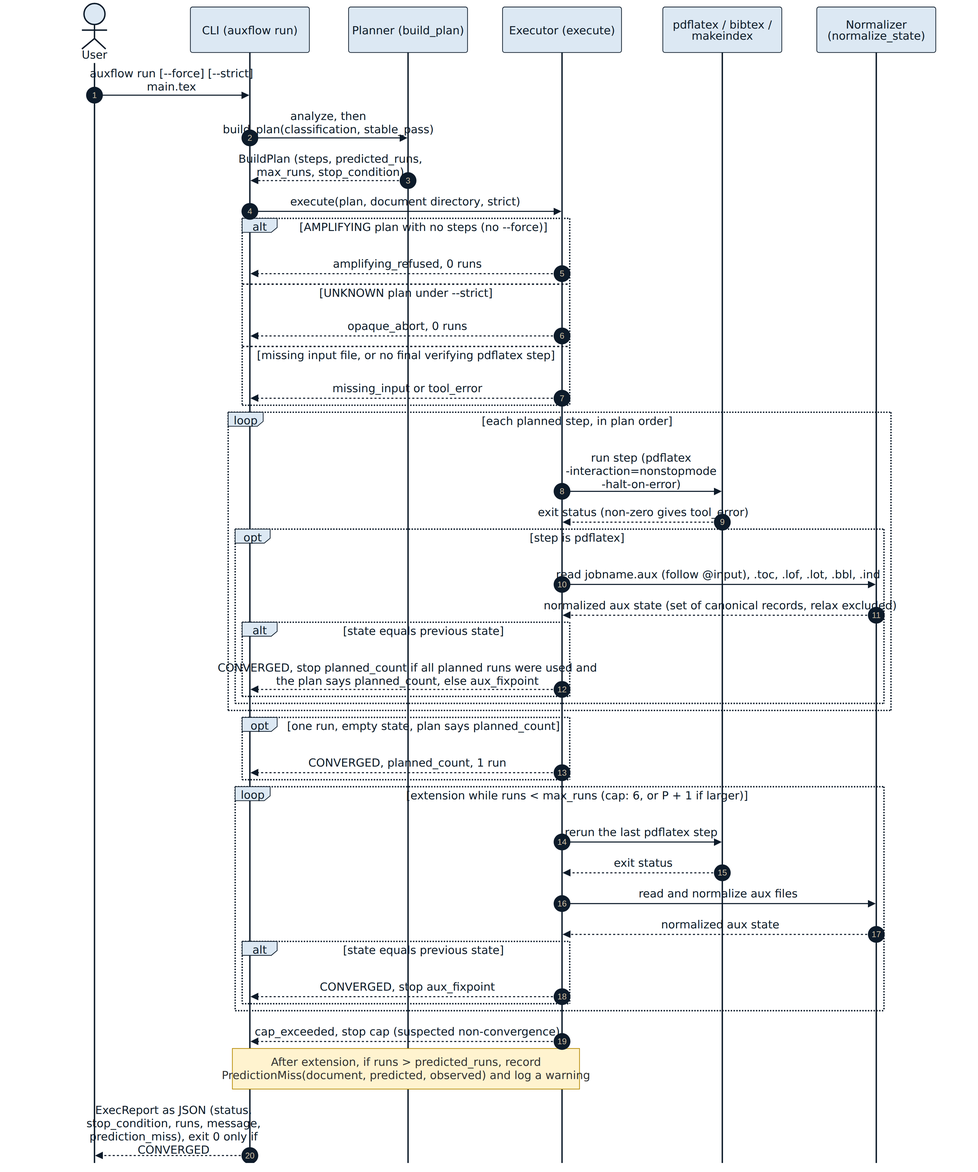
Above: docs/figures/runtime-sequence.png in upayanmazumder/auxflow (Mermaid), before the change. Its source is kept beside it as docs/figures/src/runtime-sequence.mmd. Its diagram source:
```mermaid
sequenceDiagram
    autonumber
    actor U as User
    participant C as CLI (auxflow run)
    participant P as Planner (build_plan)
    participant X as Executor (execute)
    participant T as pdflatex / bibtex / makeindex
    participant N as Normalizer (normalize_state)

    U->>C: auxflow run [--force] [--strict] main.tex
    C->>P: analyze, then build_plan(classification, stable_pass)
    P-->>C: BuildPlan (steps, predicted_runs, max_runs, stop_condition)
    C->>X: execute(plan, document directory, strict)

    alt AMPLIFYING plan with no steps (no --force)
        X-->>C: amplifying_refused, 0 runs
    else UNKNOWN plan under --strict
        X-->>C: opaque_abort, 0 runs
    else missing input file, or no final verifying pdflatex step
        X-->>C: missing_input or tool_error
    end

    loop each planned step, in plan order
        X->>T: run step (pdflatex -interaction=nonstopmode -halt-on-error)
        T-->>X: exit status (non-zero gives tool_error)
        opt step is pdflatex
            X->>N: read jobname.aux (follow @input), .toc, .lof, .lot, .bbl, .ind
            N-->>X: normalized aux state (set of canonical records, relax excluded)
            alt state equals previous state
                X-->>C: CONVERGED, stop planned_count if all planned runs were used and the plan says planned_count, else aux_fixpoint
            end
        end
    end

    opt one run, empty state, plan says planned_count
        X-->>C: CONVERGED, planned_count, 1 run
    end

    loop extension while runs < max_runs (cap: 6, or P + 1 if larger)
        X->>T: rerun the last pdflatex step
        T-->>X: exit status
        X->>N: read and normalize aux files
        N-->>X: normalized aux state
        alt state equals previous state
            X-->>C: CONVERGED, stop aux_fixpoint
        end
    end
    X-->>C: cap_exceeded, stop cap (suspected non-convergence)

    Note over X,C: After extension, if runs > predicted_runs, record PredictionMiss(document, predicted, observed) and log a warning
    C-->>U: ExecReport as JSON (status, stop_condition, runs, message, prediction_miss), exit 0 only if CONVERGED
```
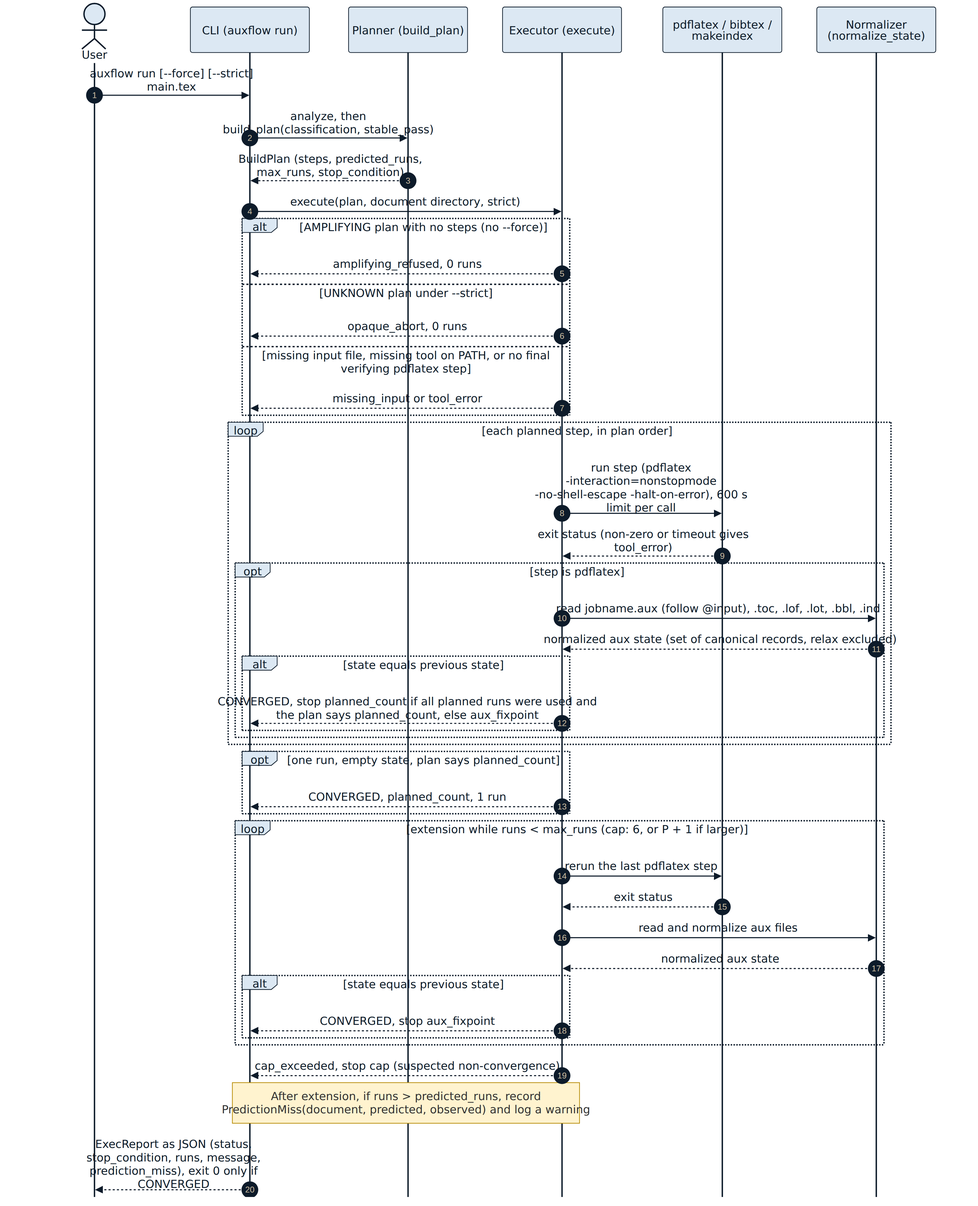
The same diagram one commit later.

Diff of the diagram source:
```diff
@@ -16,13 +16,13 @@
         X-->>C: amplifying_refused, 0 runs
     else UNKNOWN plan under --strict
         X-->>C: opaque_abort, 0 runs
-    else missing input file, or no final verifying pdflatex step
+    else missing input file, missing tool on PATH, or no final verifying pdflatex step
         X-->>C: missing_input or tool_error
     end
 
     loop each planned step, in plan order
-        X->>T: run step (pdflatex -interaction=nonstopmode -halt-on-error)
-        T-->>X: exit status (non-zero gives tool_error)
+        X->>T: run step (pdflatex -interaction=nonstopmode -no-shell-escape -halt-on-error), 600 s limit per call
+        T-->>X: exit status (non-zero or timeout gives tool_error)
         opt step is pdflatex
             X->>N: read jobname.aux (follow @input), .toc, .lof, .lot, .bbl, .ind
             N-->>X: normalized aux state (set of canonical records, relax excluded)
```
